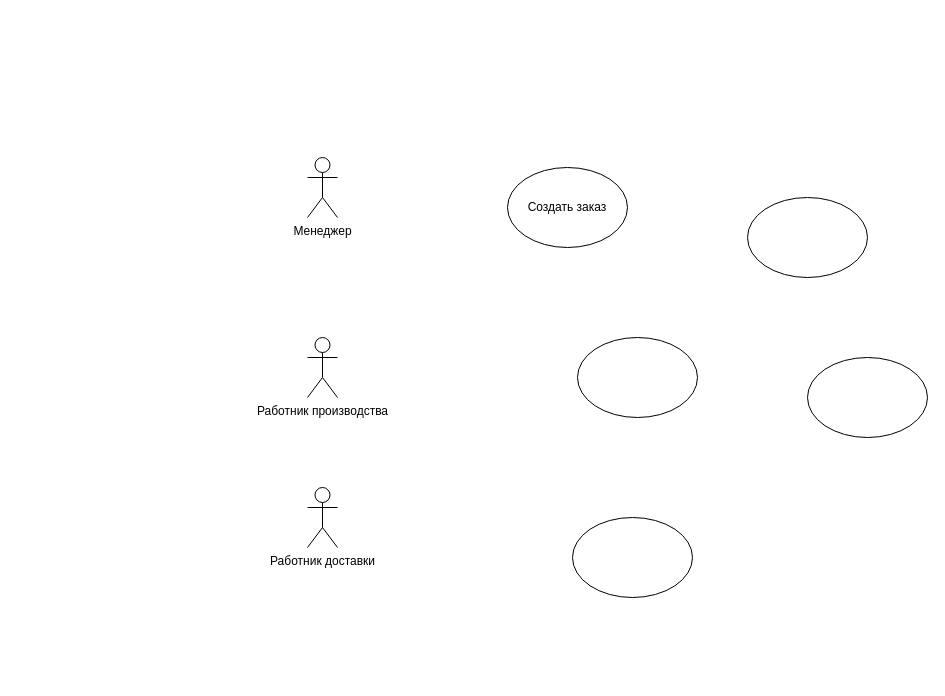
Before: img/use case.drawio in Jaycobe/bmstu-ppo, a draw.io diagram. Source tidied: cells renumbered, new cells numbered last; positions are measured from the earlier drawing's top-left corner, leaving out a move shared by most shapes. Both pictures are drawn from the tidied source at 100%, with x=0, y=0 at pixel (307, 157).
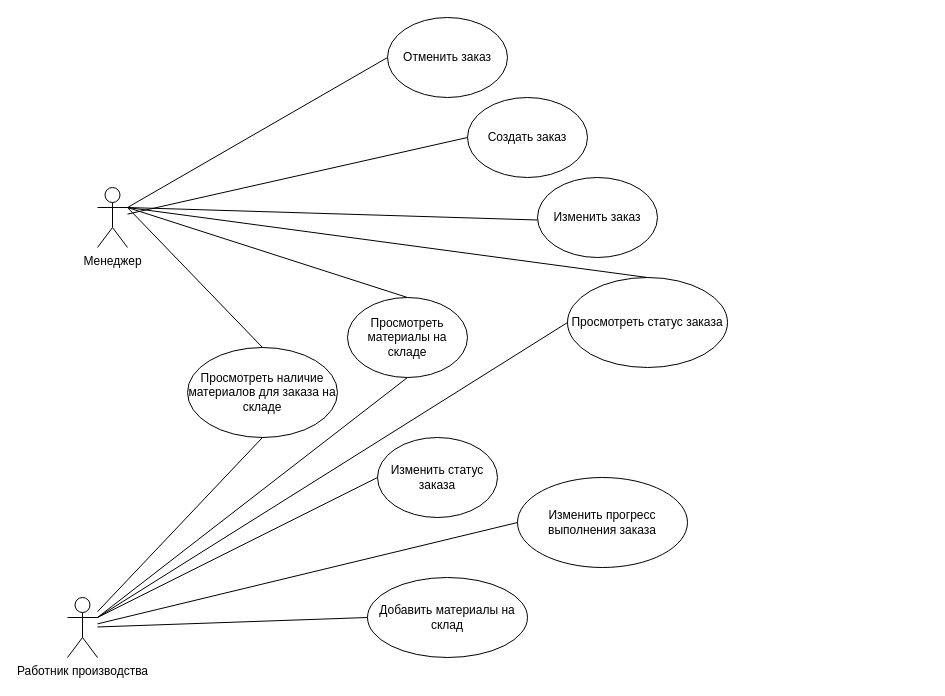
The same page after the edit.

Diff of the diagram source:
```diff
@@
     <mxCell id="2" value="Менеджер" style="shape=umlActor;verticalLabelPosition=bottom;verticalAlign=top;html=1;outlineConnect=0;" parent="1" vertex="1">
-      <mxGeometry width="30" height="60" as="geometry" />
+      <mxGeometry x="-210" y="30" width="30" height="60" as="geometry" />
     </mxCell>
     <mxCell id="3" value="Работник производства" style="shape=umlActor;verticalLabelPosition=bottom;verticalAlign=top;html=1;outlineConnect=0;" parent="1" vertex="1">
-      <mxGeometry y="180" width="30" height="60" as="geometry" />
+      <mxGeometry x="-240" y="440" width="30" height="60" as="geometry" />
     </mxCell>
-    <mxCell id="4" value="Работник доставки" style="shape=umlActor;verticalLabelPosition=bottom;verticalAlign=top;html=1;" parent="1" vertex="1">
-      <mxGeometry y="330" width="30" height="60" as="geometry" />
-    </mxCell>
     <mxCell id="5" value="Создать заказ" style="ellipse;whiteSpace=wrap;html=1;" parent="1" vertex="1">
-      <mxGeometry x="200" y="10" width="120" height="80" as="geometry" />
+      <mxGeometry x="160" y="-60" width="120" height="80" as="geometry" />
     </mxCell>
-    <mxCell id="6" style="ellipse;whiteSpace=wrap;html=1;" parent="1" vertex="1">
-      <mxGeometry x="270" y="180" width="120" height="80" as="geometry" />
+    <mxCell id="6" value="Изменить прогресс выполнения заказа" style="ellipse;whiteSpace=wrap;html=1;" parent="1" vertex="1">
+      <mxGeometry x="210" y="320" width="170" height="90" as="geometry" />
     </mxCell>
-    <mxCell id="7" style="ellipse;whiteSpace=wrap;html=1;" parent="1" vertex="1">
-      <mxGeometry x="265" y="360" width="120" height="80" as="geometry" />
+    <mxCell id="7" value="Добавить материалы на склад" style="ellipse;whiteSpace=wrap;html=1;" parent="1" vertex="1">
+      <mxGeometry x="60" y="420" width="160" height="80" as="geometry" />
     </mxCell>
-    <mxCell id="8" style="ellipse;whiteSpace=wrap;html=1;" parent="1" vertex="1">
-      <mxGeometry x="440" y="40" width="120" height="80" as="geometry" />
+    <mxCell id="8" value="Отменить заказ" style="ellipse;whiteSpace=wrap;html=1;" parent="1" vertex="1">
+      <mxGeometry x="80" y="-140" width="120" height="80" as="geometry" />
     </mxCell>
-    <mxCell id="9" style="ellipse;whiteSpace=wrap;html=1;" parent="1" vertex="1">
-      <mxGeometry x="500" y="200" width="120" height="80" as="geometry" />
-    </mxCell>
+    <mxCell id="10" value="Просмотреть наличие материалов для заказа на складе" style="ellipse;whiteSpace=wrap;html=1;" parent="1" vertex="1">
+      <mxGeometry x="-120" y="190" width="150" height="90" as="geometry" />
+    </mxCell>
+    <mxCell id="11" value="Просмотреть статус заказа" style="ellipse;whiteSpace=wrap;html=1;" parent="1" vertex="1">
+      <mxGeometry x="260" y="120" width="160" height="90" as="geometry" />
+    </mxCell>
+    <mxCell id="12" style="endArrow=none;html=1;rounded=0;entryX=0;entryY=0.5;entryDx=0;entryDy=0;" parent="1" edge="1" source="2" target="5">
+      <mxGeometry relative="1" as="geometry" />
+    </mxCell>
+    <mxCell id="13" style="endArrow=none;html=1;rounded=0;entryX=0;entryY=0.5;entryDx=0;entryDy=0;exitX=1;exitY=0.3333333333333333;exitDx=0;exitDy=0;exitPerimeter=0;" parent="1" edge="1" source="2">
+      <mxGeometry relative="1" as="geometry">
+        <mxPoint x="230" y="62.5" as="targetPoint" />
+      </mxGeometry>
+    </mxCell>
+    <mxCell id="14" style="endArrow=none;html=1;rounded=0;entryX=0;entryY=0.5;entryDx=0;entryDy=0;exitX=1;exitY=0.3333333333333333;exitDx=0;exitDy=0;exitPerimeter=0;" parent="1" edge="1" source="2" target="8">
+      <mxGeometry relative="1" as="geometry" />
+    </mxCell>
+    <mxCell id="15" value="Изменить заказ" style="ellipse;whiteSpace=wrap;html=1;" parent="1" vertex="1">
+      <mxGeometry x="230" y="20" width="120" height="80" as="geometry" />
+    </mxCell>
+    <mxCell id="16" style="endArrow=none;html=1;rounded=0;entryX=0;entryY=0.5;entryDx=0;entryDy=0;" parent="1" edge="1" source="3" target="7">
+      <mxGeometry relative="1" as="geometry" />
+    </mxCell>
+    <mxCell id="17" style="endArrow=none;html=1;rounded=0;entryX=0;entryY=0.5;entryDx=0;entryDy=0;" parent="1" edge="1" source="3" target="6">
+      <mxGeometry relative="1" as="geometry" />
+    </mxCell>
+    <mxCell id="18" style="endArrow=none;html=1;rounded=0;entryX=0.5;entryY=1;entryDx=0;entryDy=0;" parent="1" edge="1" source="3" target="10">
+      <mxGeometry relative="1" as="geometry" />
+    </mxCell>
+    <mxCell id="19" style="endArrow=none;html=1;rounded=0;entryX=0;entryY=0.5;entryDx=0;entryDy=0;exitX=1;exitY=0.3333333333333333;exitDx=0;exitDy=0;exitPerimeter=0;" parent="1" edge="1" source="3" target="11">
+      <mxGeometry relative="1" as="geometry" />
+    </mxCell>
+    <mxCell id="20" value="Изменить статус заказа" style="ellipse;whiteSpace=wrap;html=1;" parent="1" vertex="1">
+      <mxGeometry x="70" y="280" width="120" height="80" as="geometry" />
+    </mxCell>
+    <mxCell id="21" style="endArrow=none;html=1;rounded=0;exitX=1;exitY=0.3333333333333333;exitDx=0;exitDy=0;exitPerimeter=0;entryX=0;entryY=0.5;entryDx=0;entryDy=0;" parent="1" edge="1" source="3" target="20">
+      <mxGeometry relative="1" as="geometry" />
+    </mxCell>
+    <mxCell id="22" value="Просмотреть материалы на складе" style="ellipse;whiteSpace=wrap;html=1;" parent="1" vertex="1">
+      <mxGeometry x="40" y="140" width="120" height="80" as="geometry" />
+    </mxCell>
+    <mxCell id="23" style="endArrow=none;html=1;rounded=0;exitX=1;exitY=0.3333333333333333;exitDx=0;exitDy=0;exitPerimeter=0;entryX=0.5;entryY=1;entryDx=0;entryDy=0;" parent="1" edge="1" source="3" target="22">
+      <mxGeometry relative="1" as="geometry" />
+    </mxCell>
+    <mxCell id="24" style="endArrow=none;html=1;rounded=0;exitX=1;exitY=0.3333333333333333;exitDx=0;exitDy=0;exitPerimeter=0;entryX=0.5;entryY=0;entryDx=0;entryDy=0;" parent="1" edge="1" source="2" target="22">
+      <mxGeometry relative="1" as="geometry" />
+    </mxCell>
+    <mxCell id="25" style="endArrow=none;html=1;rounded=0;entryX=0.5;entryY=0;entryDx=0;entryDy=0;exitX=1;exitY=0.3333333333333333;exitDx=0;exitDy=0;exitPerimeter=0;" parent="1" edge="1" source="2" target="11">
+      <mxGeometry relative="1" as="geometry" />
+    </mxCell>
+    <mxCell id="26" style="endArrow=none;html=1;rounded=0;exitX=1;exitY=0.3333333333333333;exitDx=0;exitDy=0;exitPerimeter=0;entryX=0.5;entryY=0;entryDx=0;entryDy=0;" parent="1" edge="1" source="2" target="10">
+      <mxGeometry relative="1" as="geometry" />
+    </mxCell>
```
